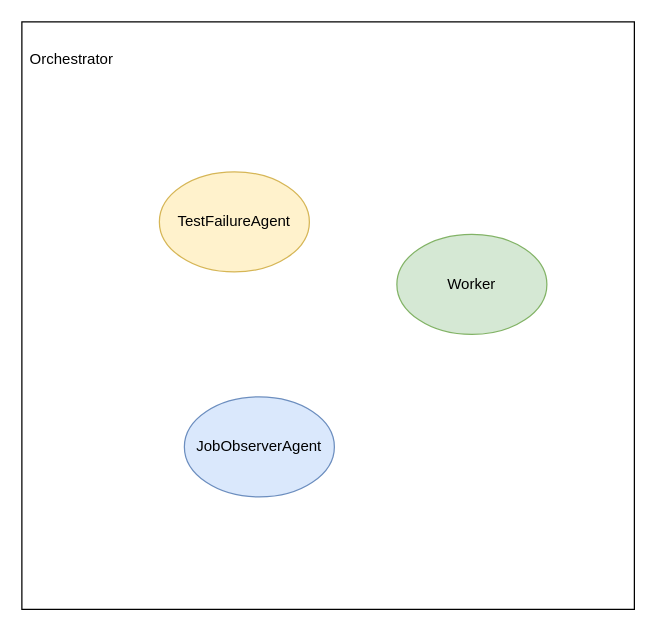
Above: page "orchestrator" (2 of 4) of prototypes/sample.drawio in plainionist/Plainion.DrawVista (draw.io), before the change. Source tidied: cells renumbered, new cells numbered last; positions are measured from the earlier drawing's top-left corner, leaving out a move shared by most shapes. Both pictures are drawn from the tidied source at 125%, with x=0, y=0 at pixel (21, 21).
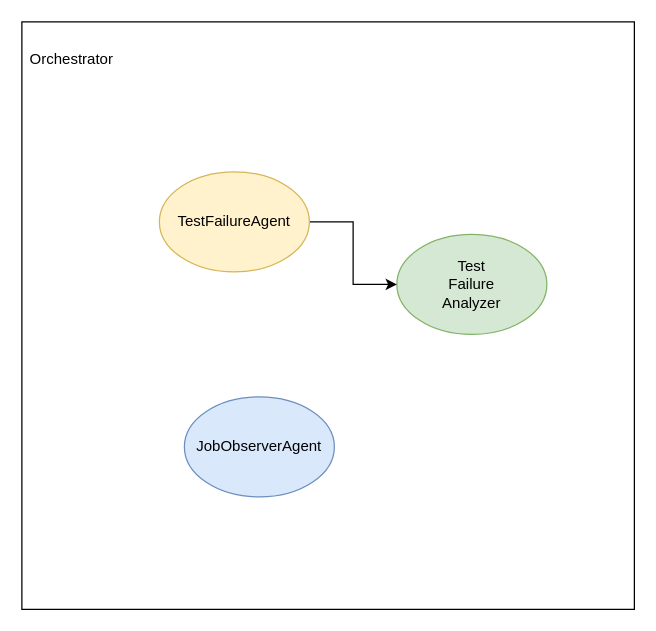
After the change.

The edit, as a diff of the source:
```diff
@@
 <mxGraphModel>
   <root>
     <mxCell id="0" />
     <mxCell id="1" parent="0" />
     <mxCell id="2" style="rounded=0;whiteSpace=wrap;html=1;fillColor=none;" parent="1" vertex="1">
       <mxGeometry width="490" height="470" as="geometry" />
     </mxCell>
     <mxCell id="3" value="JobObserverAgent" style="ellipse;whiteSpace=wrap;html=1;fillColor=#dae8fc;strokeColor=#6c8ebf;" parent="1" vertex="1">
       <mxGeometry x="130" y="300" width="120" height="80" as="geometry" />
     </mxCell>
-    <mxCell id="4" value="Worker" style="ellipse;whiteSpace=wrap;html=1;fillColor=#d5e8d4;strokeColor=#82b366;" parent="1" vertex="1">
+    <mxCell id="4" value="Test&lt;br&gt;Failure&lt;br&gt;Analyzer" style="ellipse;whiteSpace=wrap;html=1;fillColor=#d5e8d4;strokeColor=#82b366;" parent="1" vertex="1">
       <mxGeometry x="300" y="170" width="120" height="80" as="geometry" />
     </mxCell>
+    <mxCell id="7" style="edgeStyle=orthogonalEdgeStyle;rounded=0;jettySize=auto;html=1;entryX=0;entryY=0.5;entryDx=0;entryDy=0;" parent="1" edge="1" source="5" target="4">
+      <mxGeometry relative="1" as="geometry" />
+    </mxCell>
     <mxCell id="5" value="TestFailureAgent" style="ellipse;whiteSpace=wrap;html=1;fillColor=#fff2cc;strokeColor=#d6b656;" parent="1" vertex="1">
       <mxGeometry x="110" y="120" width="120" height="80" as="geometry" />
     </mxCell>
     <mxCell id="6" value="Orchestrator" style="text;html=1;strokeColor=none;fillColor=none;align=center;verticalAlign=middle;whiteSpace=wrap;rounded=0;" parent="1" vertex="1">
       <mxGeometry x="20" y="20" width="40" height="20" as="geometry" />
     </mxCell>
   </root>
 </mxGraphModel>
```
